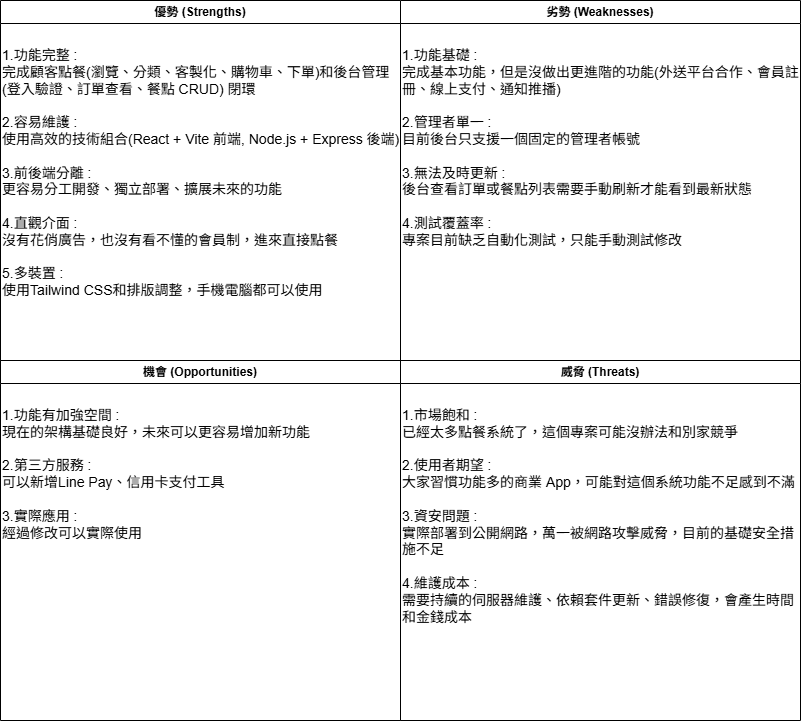
Above: documents/SWOT分析.drawio.png in yuchen69/ordering-system (draw.io), before the change. Source tidied: cells renumbered, new cells last; positions are measured from the earlier drawing's top-left corner, leaving out a move shared by most shapes.
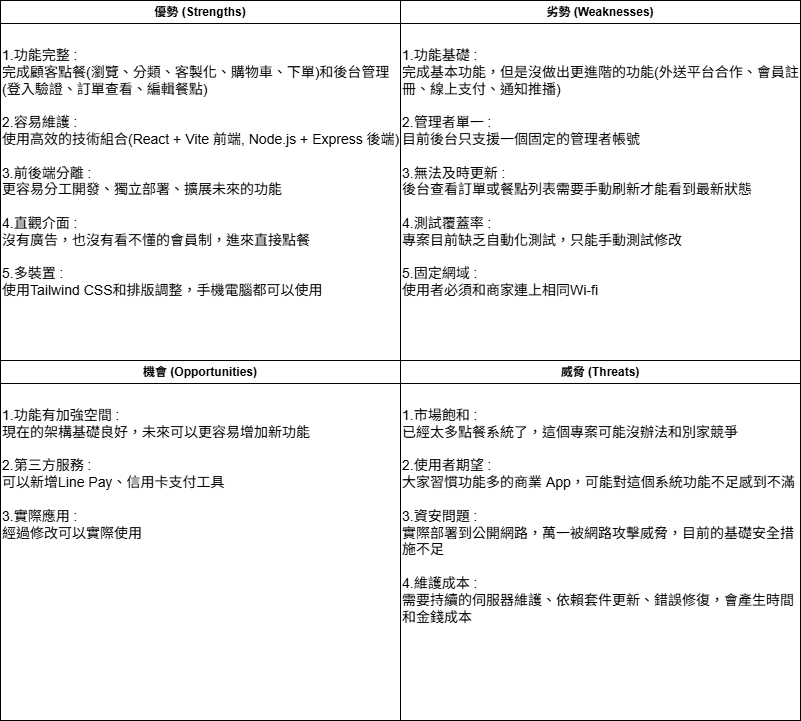
Later version of the same file.

Diff of the diagram source:
```diff
@@ -17,13 +17,13 @@
     <mxCell id="6" value="優勢 (Strengths)" style="swimlane;whiteSpace=wrap;html=1;" parent="1" vertex="1">
       <mxGeometry width="400" height="360" as="geometry" />
     </mxCell>
-    <mxCell id="7" value="&lt;font style=&quot;font-size: 14px;&quot;&gt;1.功能完整 :&amp;nbsp;&lt;/font&gt;&lt;div&gt;&lt;font style=&quot;font-size: 14px;&quot;&gt;完成顧客點餐(瀏覽、分類、客製化、購物車、下單)和後台管理(登入驗證、訂單查看、餐點 CRUD) 閉環&lt;/font&gt;&lt;div&gt;&lt;font style=&quot;font-size: 14px;&quot;&gt;&lt;br&gt;&lt;/font&gt;&lt;div&gt;&lt;font style=&quot;font-size: 14px;&quot;&gt;2.容易維護 :&amp;nbsp;&lt;/font&gt;&lt;/div&gt;&lt;div&gt;&lt;font style=&quot;font-size: 14px;&quot;&gt;使&lt;span style=&quot;background-color: transparent; color: light-dark(rgb(0, 0, 0), rgb(255, 255, 255));&quot;&gt;用高效的技術組合(React + Vite 前端, Node.js + Express 後端)&lt;/span&gt;&lt;/font&gt;&lt;/div&gt;&lt;/div&gt;&lt;div&gt;&lt;font style=&quot;font-size: 14px;&quot;&gt;&lt;br&gt;&lt;/font&gt;&lt;/div&gt;&lt;div&gt;&lt;font style=&quot;font-size: 14px;&quot;&gt;3.前後端分離 :&amp;nbsp;&lt;/font&gt;&lt;/div&gt;&lt;div&gt;&lt;font style=&quot;font-size: 14px;&quot;&gt;更容易&lt;span style=&quot;text-align: center; background-color: transparent; color: light-dark(rgb(0, 0, 0), rgb(255, 255, 255));&quot;&gt;分工開發、獨立部署、擴展&lt;/span&gt;&lt;span style=&quot;text-align: center; background-color: transparent; color: light-dark(rgb(0, 0, 0), rgb(255, 255, 255));&quot;&gt;未來的功能&lt;/span&gt;&lt;/font&gt;&lt;/div&gt;&lt;div&gt;&lt;span style=&quot;text-align: center; background-color: transparent; color: light-dark(rgb(0, 0, 0), rgb(255, 255, 255));&quot;&gt;&lt;font style=&quot;font-size: 14px;&quot;&gt;&lt;br&gt;&lt;/font&gt;&lt;/span&gt;&lt;/div&gt;&lt;div&gt;&lt;span style=&quot;text-align: center; background-color: transparent; color: light-dark(rgb(0, 0, 0), rgb(255, 255, 255));&quot;&gt;&lt;font style=&quot;font-size: 14px;&quot;&gt;4.直觀介面 :&amp;nbsp;&lt;/font&gt;&lt;/span&gt;&lt;/div&gt;&lt;div&gt;&lt;span style=&quot;text-align: center; background-color: transparent; color: light-dark(rgb(0, 0, 0), rgb(255, 255, 255));&quot;&gt;&lt;font style=&quot;font-size: 14px;&quot;&gt;沒有花俏廣告，也沒有看不懂的會員制，進來直接點餐&lt;/font&gt;&lt;/span&gt;&lt;/div&gt;&lt;div&gt;&lt;span style=&quot;text-align: center; background-color: transparent; color: light-dark(rgb(0, 0, 0), rgb(255, 255, 255));&quot;&gt;&lt;font style=&quot;font-size: 14px;&quot;&gt;&lt;br&gt;&lt;/font&gt;&lt;/span&gt;&lt;/div&gt;&lt;div&gt;&lt;font style=&quot;font-size: 14px;&quot;&gt;&lt;span style=&quot;text-align: center; background-color: transparent; color: light-dark(rgb(0, 0, 0), rgb(255, 255, 255));&quot;&gt;5.多裝置 :&amp;nbsp;&lt;/span&gt;&lt;/font&gt;&lt;/div&gt;&lt;div&gt;&lt;font style=&quot;font-size: 14px;&quot;&gt;&lt;span style=&quot;text-align: center; background-color: transparent; color: light-dark(rgb(0, 0, 0), rgb(255, 255, 255));&quot;&gt;使用&lt;/span&gt;&lt;span style=&quot;text-align: center; background-color: transparent; color: light-dark(rgb(0, 0, 0), rgb(255, 255, 255));&quot;&gt;Tailwind CSS和排版調整，手機電腦都可以使用&lt;/span&gt;&lt;/font&gt;&lt;/div&gt;&lt;/div&gt;" style="text;html=1;whiteSpace=wrap;strokeColor=none;fillColor=none;align=left;verticalAlign=top;rounded=0;" parent="6" vertex="1">
+    <mxCell id="7" value="&lt;font style=&quot;font-size: 14px;&quot;&gt;1.功能完整 :&amp;nbsp;&lt;/font&gt;&lt;div&gt;&lt;font style=&quot;font-size: 14px;&quot;&gt;完成顧客點餐(瀏覽、分類、客製化、購物車、下單)和後台管理(登入驗證、訂單查看、編輯餐點)&lt;/font&gt;&lt;div&gt;&lt;font style=&quot;font-size: 14px;&quot;&gt;&lt;br&gt;&lt;/font&gt;&lt;div&gt;&lt;font style=&quot;font-size: 14px;&quot;&gt;2.容易維護 :&amp;nbsp;&lt;/font&gt;&lt;/div&gt;&lt;div&gt;&lt;font style=&quot;font-size: 14px;&quot;&gt;使&lt;span style=&quot;background-color: transparent; color: light-dark(rgb(0, 0, 0), rgb(255, 255, 255));&quot;&gt;用高效的技術組合(React + Vite 前端, Node.js + Express 後端)&lt;/span&gt;&lt;/font&gt;&lt;/div&gt;&lt;/div&gt;&lt;div&gt;&lt;font style=&quot;font-size: 14px;&quot;&gt;&lt;br&gt;&lt;/font&gt;&lt;/div&gt;&lt;div&gt;&lt;font style=&quot;font-size: 14px;&quot;&gt;3.前後端分離 :&amp;nbsp;&lt;/font&gt;&lt;/div&gt;&lt;div&gt;&lt;font style=&quot;font-size: 14px;&quot;&gt;更容易&lt;span style=&quot;text-align: center; background-color: transparent; color: light-dark(rgb(0, 0, 0), rgb(255, 255, 255));&quot;&gt;分工開發、獨立部署、擴展&lt;/span&gt;&lt;span style=&quot;text-align: center; background-color: transparent; color: light-dark(rgb(0, 0, 0), rgb(255, 255, 255));&quot;&gt;未來的功能&lt;/span&gt;&lt;/font&gt;&lt;/div&gt;&lt;div&gt;&lt;span style=&quot;text-align: center; background-color: transparent; color: light-dark(rgb(0, 0, 0), rgb(255, 255, 255));&quot;&gt;&lt;font style=&quot;font-size: 14px;&quot;&gt;&lt;br&gt;&lt;/font&gt;&lt;/span&gt;&lt;/div&gt;&lt;div&gt;&lt;span style=&quot;text-align: center; background-color: transparent; color: light-dark(rgb(0, 0, 0), rgb(255, 255, 255));&quot;&gt;&lt;font style=&quot;font-size: 14px;&quot;&gt;4.直觀介面 :&amp;nbsp;&lt;/font&gt;&lt;/span&gt;&lt;/div&gt;&lt;div&gt;&lt;span style=&quot;text-align: center; background-color: transparent; color: light-dark(rgb(0, 0, 0), rgb(255, 255, 255));&quot;&gt;&lt;font style=&quot;font-size: 14px;&quot;&gt;沒有廣告，也沒有看不懂的會員制，進來直接點餐&lt;/font&gt;&lt;/span&gt;&lt;/div&gt;&lt;div&gt;&lt;span style=&quot;text-align: center; background-color: transparent; color: light-dark(rgb(0, 0, 0), rgb(255, 255, 255));&quot;&gt;&lt;font style=&quot;font-size: 14px;&quot;&gt;&lt;br&gt;&lt;/font&gt;&lt;/span&gt;&lt;/div&gt;&lt;div&gt;&lt;font style=&quot;font-size: 14px;&quot;&gt;&lt;span style=&quot;text-align: center; background-color: transparent; color: light-dark(rgb(0, 0, 0), rgb(255, 255, 255));&quot;&gt;5.多裝置 :&amp;nbsp;&lt;/span&gt;&lt;/font&gt;&lt;/div&gt;&lt;div&gt;&lt;font style=&quot;font-size: 14px;&quot;&gt;&lt;span style=&quot;text-align: center; background-color: transparent; color: light-dark(rgb(0, 0, 0), rgb(255, 255, 255));&quot;&gt;使用&lt;/span&gt;&lt;span style=&quot;text-align: center; background-color: transparent; color: light-dark(rgb(0, 0, 0), rgb(255, 255, 255));&quot;&gt;Tailwind CSS和排版調整，手機電腦都可以使用&lt;/span&gt;&lt;/font&gt;&lt;/div&gt;&lt;/div&gt;" style="text;html=1;whiteSpace=wrap;strokeColor=none;fillColor=none;align=left;verticalAlign=top;rounded=0;" parent="6" vertex="1">
       <mxGeometry y="40" width="400" height="220" as="geometry" />
     </mxCell>
     <mxCell id="8" value="劣勢 (Weaknesses)" style="swimlane;whiteSpace=wrap;html=1;" parent="1" vertex="1">
       <mxGeometry x="400" width="400" height="360" as="geometry" />
     </mxCell>
-    <mxCell id="9" value="&lt;font style=&quot;font-size: 14px;&quot;&gt;1.功能基礎 :&amp;nbsp;&lt;/font&gt;&lt;div&gt;&lt;font style=&quot;font-size: 14px;&quot;&gt;完成基本功能，但是沒做出更進階的功能(外送平台合作、會員註冊、線上支付、通知推播&lt;/font&gt;&lt;span style=&quot;font-size: 14px; background-color: transparent; color: light-dark(rgb(0, 0, 0), rgb(255, 255, 255));&quot;&gt;)&lt;/span&gt;&lt;/div&gt;&lt;div&gt;&lt;div&gt;&lt;font style=&quot;font-size: 14px;&quot;&gt;&lt;br&gt;&lt;/font&gt;&lt;div&gt;&lt;font style=&quot;font-size: 14px;&quot;&gt;2.管理者單一 :&amp;nbsp;&lt;/font&gt;&lt;/div&gt;&lt;div&gt;&lt;span style=&quot;background-color: transparent; color: light-dark(rgb(0, 0, 0), rgb(255, 255, 255));&quot;&gt;&lt;font style=&quot;font-size: 14px;&quot;&gt;目前後台只支援一個固定的管理者帳號&lt;/font&gt;&lt;/span&gt;&lt;/div&gt;&lt;/div&gt;&lt;div&gt;&lt;font style=&quot;font-size: 14px;&quot;&gt;&lt;br&gt;&lt;/font&gt;&lt;/div&gt;&lt;div&gt;&lt;font style=&quot;font-size: 14px;&quot;&gt;3.無法及時更新 :&amp;nbsp;&lt;/font&gt;&lt;/div&gt;&lt;div&gt;&lt;span style=&quot;background-color: transparent; color: light-dark(rgb(0, 0, 0), rgb(255, 255, 255));&quot;&gt;&lt;font style=&quot;font-size: 14px;&quot;&gt;後台查看訂單或餐點列表需要手動刷新才能看到最新狀態&lt;/font&gt;&lt;/span&gt;&lt;/div&gt;&lt;div&gt;&lt;span style=&quot;text-align: center; background-color: transparent; color: light-dark(rgb(0, 0, 0), rgb(255, 255, 255));&quot;&gt;&lt;font style=&quot;font-size: 14px;&quot;&gt;&lt;br&gt;&lt;/font&gt;&lt;/span&gt;&lt;/div&gt;&lt;div&gt;&lt;font style=&quot;font-size: 14px;&quot;&gt;&lt;span style=&quot;text-align: center; background-color: transparent; color: light-dark(rgb(0, 0, 0), rgb(255, 255, 255));&quot;&gt;4.測試覆蓋率 :&amp;nbsp;&lt;/span&gt;&lt;/font&gt;&lt;/div&gt;&lt;div&gt;&lt;span style=&quot;background-color: transparent; color: light-dark(rgb(0, 0, 0), rgb(255, 255, 255));&quot;&gt;&lt;font style=&quot;font-size: 14px;&quot;&gt;專案目前缺乏自動化測試，只能手動測試修改&lt;/font&gt;&lt;/span&gt;&lt;/div&gt;&lt;/div&gt;" style="text;html=1;whiteSpace=wrap;strokeColor=none;fillColor=none;align=left;verticalAlign=top;rounded=0;" parent="8" vertex="1">
+    <mxCell id="9" value="&lt;font style=&quot;font-size: 14px;&quot;&gt;1.功能基礎 :&amp;nbsp;&lt;/font&gt;&lt;div&gt;&lt;font style=&quot;font-size: 14px;&quot;&gt;完成基本功能，但是沒做出更進階的功能(外送平台合作、會員註冊、線上支付、通知推播&lt;/font&gt;&lt;span style=&quot;font-size: 14px; background-color: transparent; color: light-dark(rgb(0, 0, 0), rgb(255, 255, 255));&quot;&gt;)&lt;/span&gt;&lt;/div&gt;&lt;div&gt;&lt;div&gt;&lt;font style=&quot;font-size: 14px;&quot;&gt;&lt;br&gt;&lt;/font&gt;&lt;div&gt;&lt;font style=&quot;font-size: 14px;&quot;&gt;2.管理者單一 :&amp;nbsp;&lt;/font&gt;&lt;/div&gt;&lt;div&gt;&lt;span style=&quot;background-color: transparent; color: light-dark(rgb(0, 0, 0), rgb(255, 255, 255));&quot;&gt;&lt;font style=&quot;font-size: 14px;&quot;&gt;目前後台只支援一個固定的管理者帳號&lt;/font&gt;&lt;/span&gt;&lt;/div&gt;&lt;/div&gt;&lt;div&gt;&lt;font style=&quot;font-size: 14px;&quot;&gt;&lt;br&gt;&lt;/font&gt;&lt;/div&gt;&lt;div&gt;&lt;font style=&quot;font-size: 14px;&quot;&gt;3.無法及時更新 :&amp;nbsp;&lt;/font&gt;&lt;/div&gt;&lt;div&gt;&lt;span style=&quot;background-color: transparent; color: light-dark(rgb(0, 0, 0), rgb(255, 255, 255));&quot;&gt;&lt;font style=&quot;font-size: 14px;&quot;&gt;後台查看訂單或餐點列表需要手動刷新才能看到最新狀態&lt;/font&gt;&lt;/span&gt;&lt;/div&gt;&lt;div&gt;&lt;span style=&quot;text-align: center; background-color: transparent; color: light-dark(rgb(0, 0, 0), rgb(255, 255, 255));&quot;&gt;&lt;font style=&quot;font-size: 14px;&quot;&gt;&lt;br&gt;&lt;/font&gt;&lt;/span&gt;&lt;/div&gt;&lt;div&gt;&lt;font style=&quot;font-size: 14px;&quot;&gt;&lt;span style=&quot;text-align: center; background-color: transparent; color: light-dark(rgb(0, 0, 0), rgb(255, 255, 255));&quot;&gt;4.測試覆蓋率 :&amp;nbsp;&lt;/span&gt;&lt;/font&gt;&lt;/div&gt;&lt;div&gt;&lt;span style=&quot;background-color: transparent; color: light-dark(rgb(0, 0, 0), rgb(255, 255, 255));&quot;&gt;&lt;font style=&quot;font-size: 14px;&quot;&gt;專案目前缺乏自動化測試，只能手動測試修改&lt;/font&gt;&lt;/span&gt;&lt;/div&gt;&lt;/div&gt;&lt;div&gt;&lt;span style=&quot;background-color: transparent; color: light-dark(rgb(0, 0, 0), rgb(255, 255, 255));&quot;&gt;&lt;font style=&quot;font-size: 14px;&quot;&gt;&lt;br&gt;&lt;/font&gt;&lt;/span&gt;&lt;/div&gt;&lt;div&gt;&lt;span style=&quot;background-color: transparent; color: light-dark(rgb(0, 0, 0), rgb(255, 255, 255));&quot;&gt;&lt;font style=&quot;font-size: 14px;&quot;&gt;5.固定網域&lt;/font&gt;&lt;/span&gt;&lt;span style=&quot;font-size: 14px; text-align: center; background-color: transparent; color: light-dark(rgb(0, 0, 0), rgb(255, 255, 255));&quot;&gt;&amp;nbsp;&lt;/span&gt;&lt;span style=&quot;font-size: 14px; text-align: center; background-color: transparent; color: light-dark(rgb(0, 0, 0), rgb(255, 255, 255));&quot;&gt;:&amp;nbsp;&lt;/span&gt;&lt;/div&gt;&lt;div&gt;&lt;span style=&quot;font-size: 14px; text-align: center; background-color: transparent; color: light-dark(rgb(0, 0, 0), rgb(255, 255, 255));&quot;&gt;使用者必須和商家連上相同Wi-fi&lt;/span&gt;&lt;/div&gt;" style="text;html=1;whiteSpace=wrap;strokeColor=none;fillColor=none;align=left;verticalAlign=top;rounded=0;" parent="8" vertex="1">
       <mxGeometry y="40" width="400" height="220" as="geometry" />
     </mxCell>
   </root>
```
